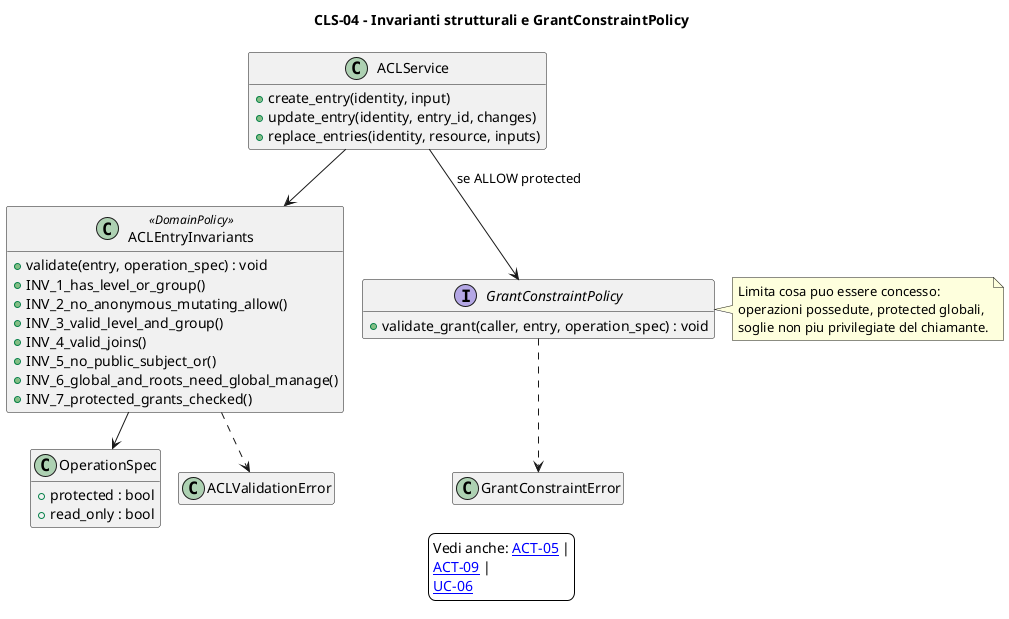
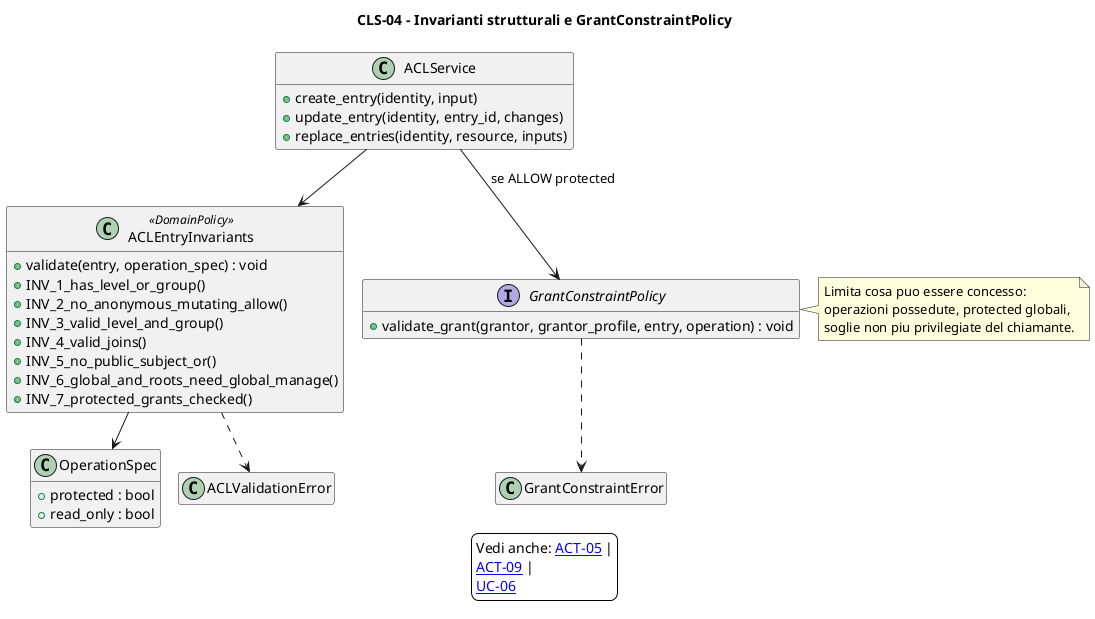
@startuml 04_invarianti_grant
' Title: Sistema ACL - 04_invarianti_grant
' Author/Licensor: Francesco
' Source: this repository
' License: Creative Commons Attribution-ShareAlike 4.0 International
' License URL: https://creativecommons.org/licenses/by-sa/4.0/
' SPDX-License-Identifier: CC-BY-SA-4.0
!pragma layout smetana
skinparam backgroundColor white
skinparam nodesep 80
skinparam ranksep 80
title CLS-04 - Invarianti strutturali e GrantConstraintPolicy
skinparam shadowing false
hide empty members

class ACLEntryInvariants <<DomainPolicy>> {
  +validate(entry, operation_spec) : void
  +INV_1_has_level_or_group()
  +INV_2_no_anonymous_mutating_allow()
  +INV_3_valid_level_and_group()
  +INV_4_valid_joins()
  +INV_5_no_public_subject_or()
  +INV_6_global_and_roots_need_global_manage()
  +INV_7_protected_grants_checked()
}

interface GrantConstraintPolicy {
-   +validate_grant(caller, entry, operation_spec) : void
+   +validate_grant(grantor, grantor_profile, entry, operation) : void
}

class ACLService {
  +create_entry(identity, input)
  +update_entry(identity, entry_id, changes)
  +replace_entries(identity, resource, inputs)
}

class OperationSpec {
  +protected : bool
  +read_only : bool
}

class ACLValidationError
class GrantConstraintError

ACLService --> ACLEntryInvariants
ACLService --> GrantConstraintPolicy : se ALLOW protected
ACLEntryInvariants --> OperationSpec
ACLEntryInvariants ..> ACLValidationError
GrantConstraintPolicy ..> GrantConstraintError

note right of GrantConstraintPolicy
  Limita cosa puo essere concesso:
  operazioni possedute, protected globali,
  soglie non piu privilegiate del chiamante.
end note

legend
  Vedi anche: [[../attivit%C3%A0/05_creazione_entry_acl.puml ACT-05]] |
  [[../attivit%C3%A0/09_grant_protetti.puml ACT-09]] |
  [[../use%20case/06_gestire_profili_grant_protetti.puml UC-06]]
endlegend
@enduml
